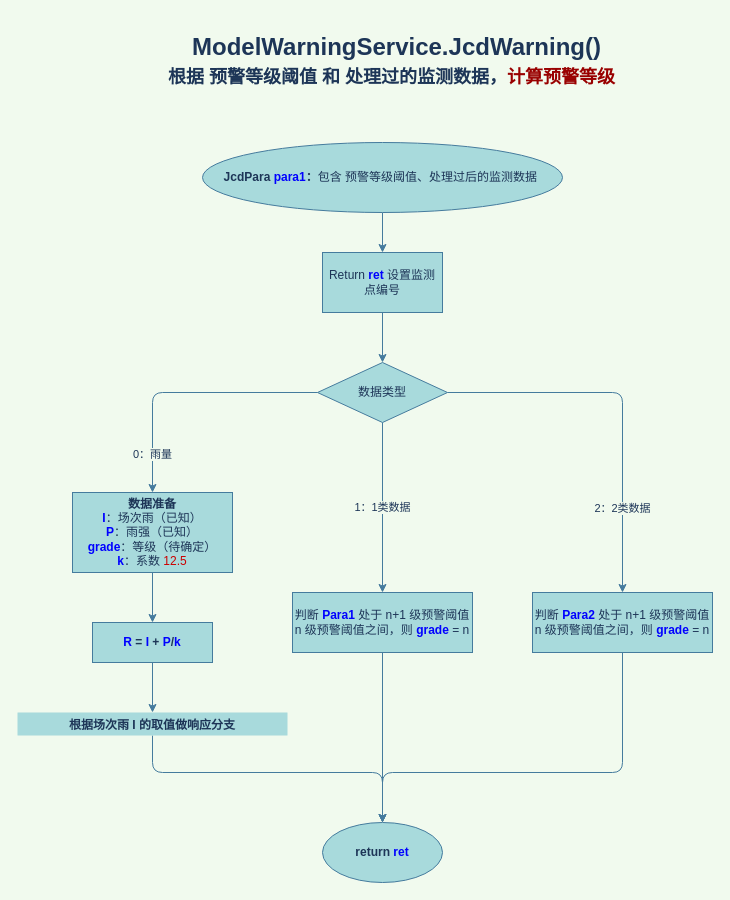
Before: page "计算警级（子1孙）" (9 of 11) of 流程图/理解预警代码1.drawio in Axiao89757/notes, a draw.io diagram. Source tidied: cells renumbered, new cells numbered last; positions are measured from the earlier drawing's top-left corner, leaving out a move shared by most shapes. Both pictures are drawn from the tidied source at 100%, with x=0, y=0 at pixel (17, 22).
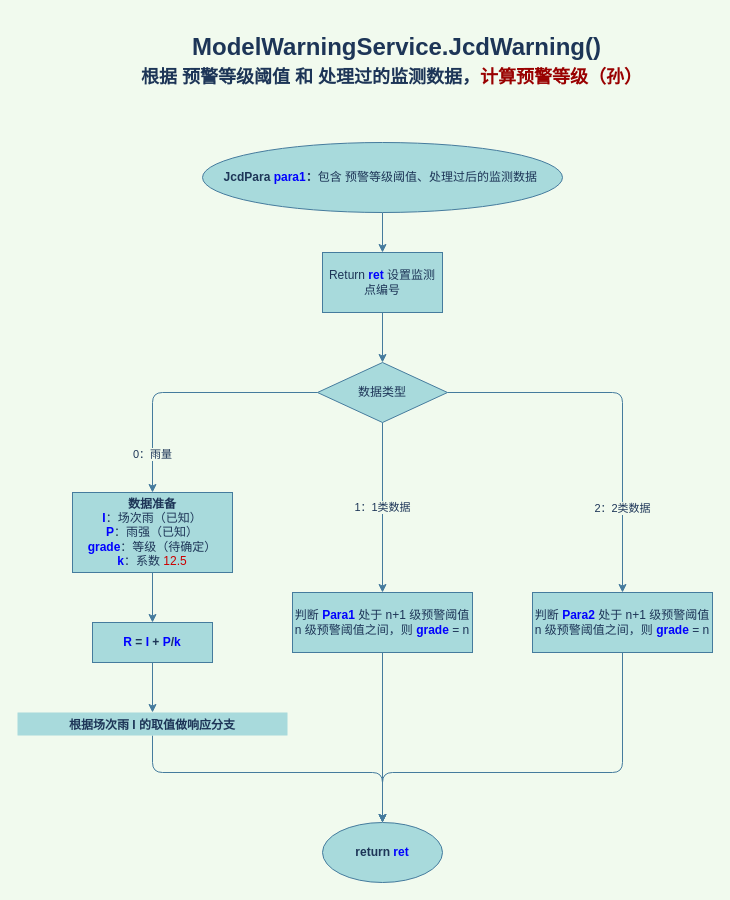
After the change.

What changed in the source:
```diff
@@
-    <mxCell id="3" value="&lt;h2&gt;根据 预警等级阈值 和 处理过的监测数据，&lt;font color=&quot;#990000&quot;&gt;计算预警等级&lt;/font&gt;&lt;/h2&gt;" style="text;html=1;align=center;verticalAlign=middle;fillColor=none;strokeColor=none;rounded=0;sketch=0;fontColor=#1D3557;" parent="1" vertex="1">
-      <mxGeometry x="144" y="30" width="460" height="50" as="geometry" />
+    <mxCell id="3" value="&lt;h2&gt;根据 预警等级阈值 和 处理过的监测数据，&lt;font color=&quot;#990000&quot;&gt;计算预警等级（孙）&lt;/font&gt;&lt;/h2&gt;" style="text;html=1;align=center;verticalAlign=middle;fillColor=none;strokeColor=none;rounded=0;sketch=0;fontColor=#1D3557;" parent="1" vertex="1">
+      <mxGeometry x="114" y="30" width="520" height="50" as="geometry" />
     </mxCell>
```
